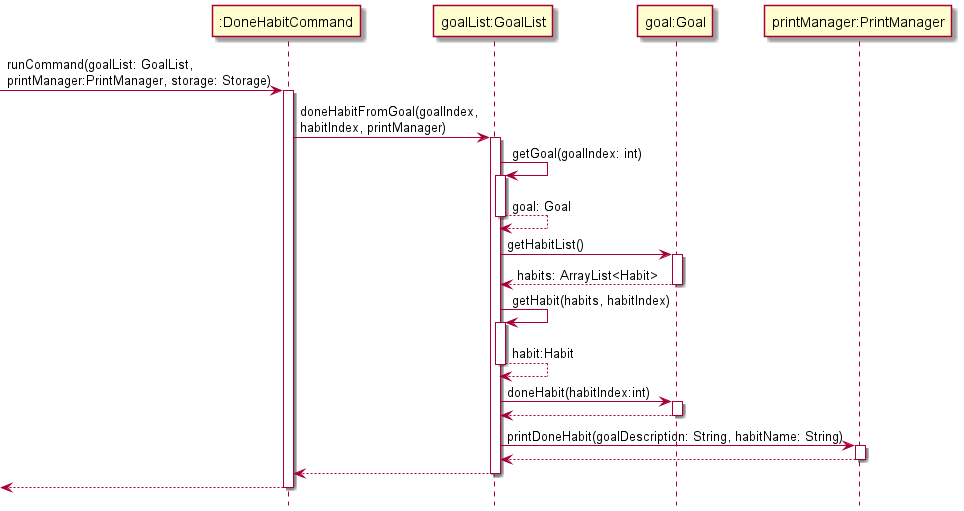
Before: docs/Diagram_Images/Implementation_Diagram_Images/DoneCommandSequenceDiagram.png, a diagram exported from PlantUML (nus-cs2113-AY2122S1/tp).
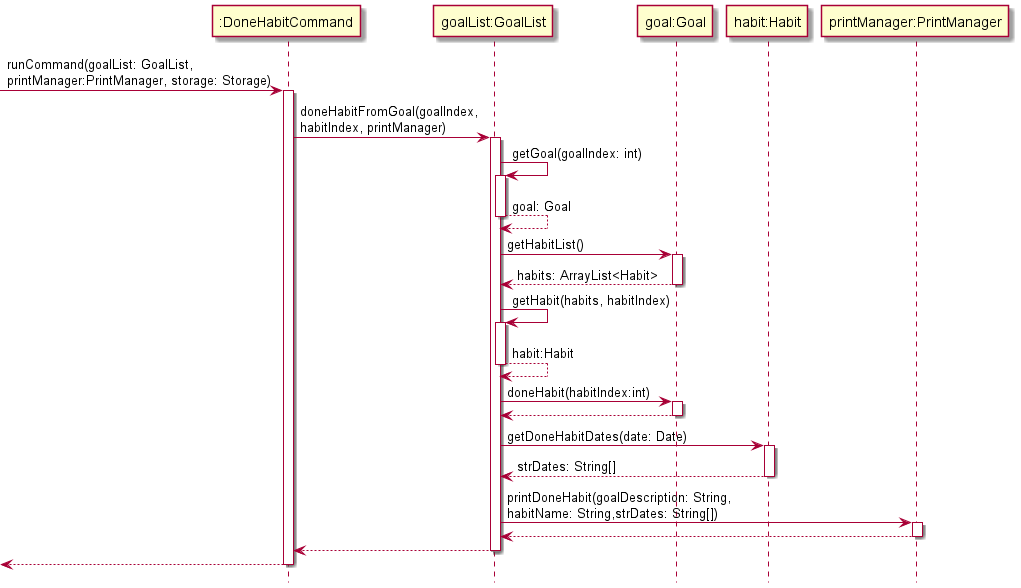
Above is the later version.

Diff of the diagram source:
```diff
@@ -26,7 +26,12 @@
 "goal:Goal" --> "goalList:GoalList"
 deactivate "goal:Goal"
 
-"goalList:GoalList" -> "printManager:PrintManager": printDoneHabit(goalDescription: String, habitName: String)
+"goalList:GoalList" -> "habit:Habit": getDoneHabitDates(date: Date)
+activate "habit:Habit"
+"habit:Habit" --> "goalList:GoalList": strDates: String[]
+deactivate "habit:Habit"
+
+"goalList:GoalList" -> "printManager:PrintManager": printDoneHabit(goalDescription: String,\nhabitName: String,strDates: String[])
 activate "printManager:PrintManager"
 "printManager:PrintManager" --> "goalList:GoalList"
 deactivate "printManager:PrintManager"
```
